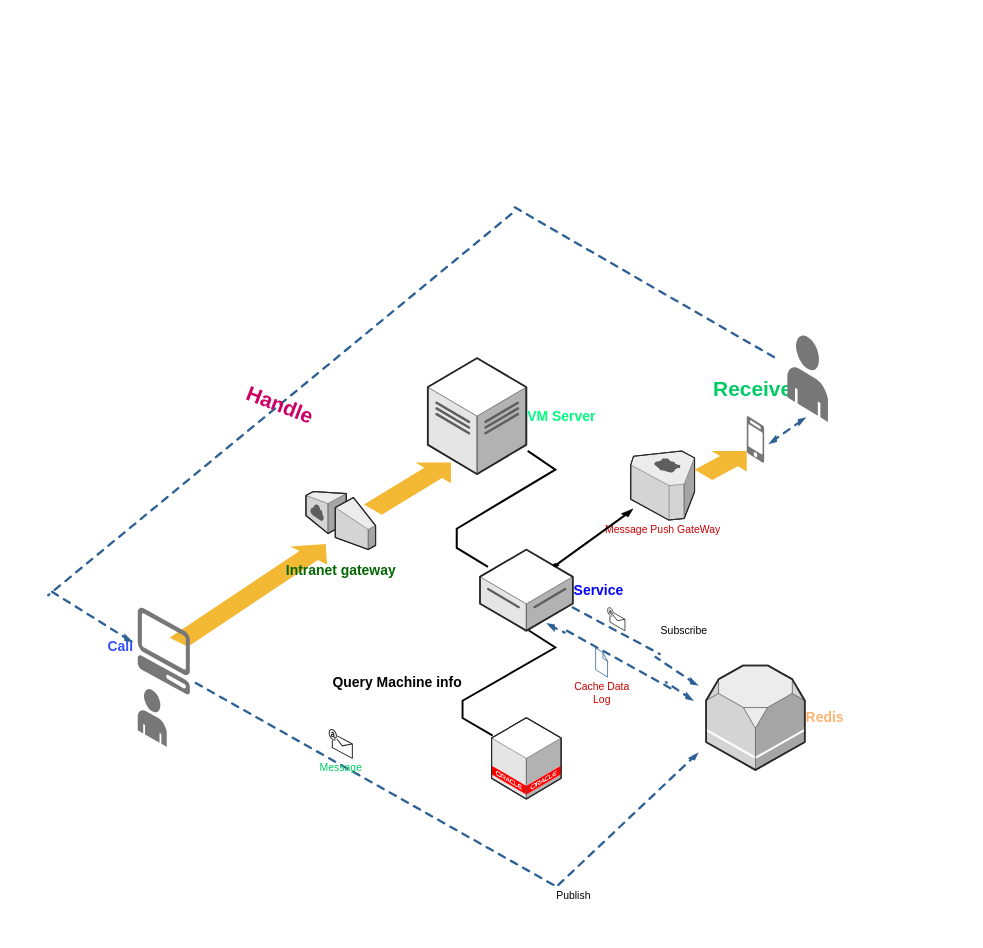
This is 未命名绘图.drawio from gywei/Dram, a draw.io file, before an edit. Source tidied: cells renumbered, new cells numbered last; positions are measured from the earlier drawing's top-left corner, leaving out a move shared by most shapes. Both pictures are drawn from the tidied source at 58%, with x=0, y=0 at pixel (68, 143).
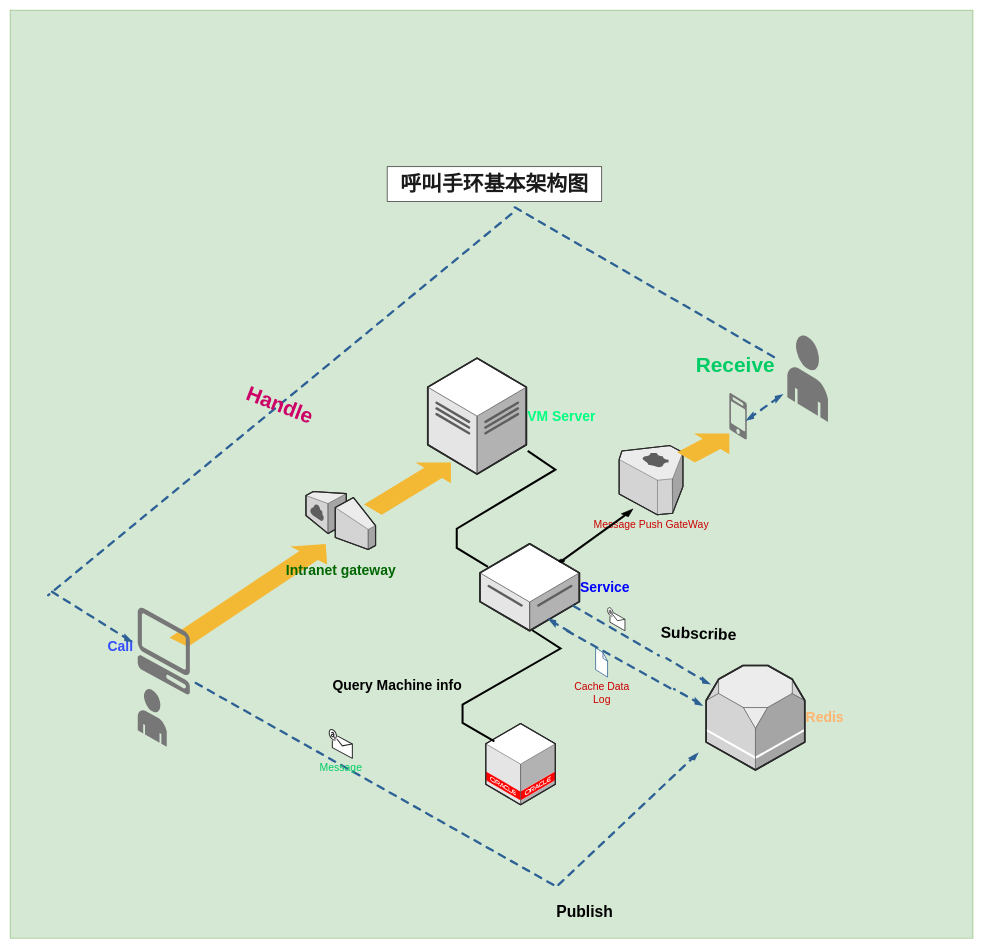
The same diagram, later.

Commit message (it also covers changes not shown here):
更新未命名绘图.drawio

The edit, as a diff of the source:
```diff
@@
+    <mxCell id="32" style="whiteSpace=wrap;html=1;fontSize=18;fillColor=#d5e8d4;strokeColor=#82b366;" parent="1" vertex="1">
+      <mxGeometry x="-100" y="-230" width="1660" height="1600" as="geometry" />
+    </mxCell>
@@
     <mxCell id="6" value="&lt;h1&gt;&lt;font color=&quot;#0000ff&quot;&gt;Service&lt;/font&gt;&lt;/h1&gt;" style="verticalLabelPosition=middle;html=1;verticalAlign=middle;strokeWidth=1;align=left;dashed=0;shape=mxgraph.aws3d.dataServer;strokeColor=#5E5E5E;labelPosition=right;" parent="1" vertex="1">
-      <mxGeometry x="710" y="700" width="160" height="140" as="geometry" />
+      <mxGeometry x="710" y="690" width="171.4" height="150" as="geometry" />
     </mxCell>
@@
     <mxCell id="10" style="verticalLabelPosition=bottom;html=1;verticalAlign=top;strokeWidth=1;align=center;dashed=0;shape=mxgraph.aws3d.oracleDataCenter;fillColor=#ffffff;strokeColor=#5E5E5E;" parent="1" vertex="1">
-      <mxGeometry x="730" y="990" width="120" height="140" as="geometry" />
+      <mxGeometry x="720" y="1000" width="120" height="140" as="geometry" />
     </mxCell>
     <mxCell id="11" value="&lt;h1&gt;Query Machine info&lt;/h1&gt;" style="verticalLabelPosition=middle;html=1;verticalAlign=middle;strokeWidth=1;align=right;dashed=0;shape=mxgraph.aws3d.edge2;strokeColor=#000000;direction=west;flipH=0;flipV=1;labelPosition=left;" parent="1" vertex="1">
-      <mxGeometry x="680" y="840" width="160" height="180" as="geometry" />
+      <mxGeometry x="680" y="840" width="168.9" height="190" as="geometry" />
     </mxCell>
@@
-    <mxCell id="13" value="Publish" style="verticalLabelPosition=bottom;html=1;verticalAlign=top;strokeWidth=1;align=left;dashed=0;shape=mxgraph.aws3d.dashedArrowlessEdge2;strokeColor=#2D6195;fontSize=18;labelPosition=right;" parent="1" vertex="1">
+    <mxCell id="13" value="&lt;h2&gt;&lt;b&gt;Publish&lt;/b&gt;&lt;/h2&gt;" style="verticalLabelPosition=bottom;html=1;verticalAlign=top;strokeWidth=1;align=left;dashed=0;shape=mxgraph.aws3d.dashedArrowlessEdge2;strokeColor=#2D6195;fontSize=18;labelPosition=right;" parent="1" vertex="1">
       <mxGeometry x="220" y="930" width="620" height="350" as="geometry" />
     </mxCell>
@@
     <mxCell id="17" value="&lt;font color=&quot;#cc0000&quot;&gt;Message Push GateWay&lt;/font&gt;" style="verticalLabelPosition=bottom;html=1;verticalAlign=top;strokeWidth=1;align=center;dashed=0;shape=mxgraph.aws3d.route53;fillColor=#ECECEC;strokeColor=#5E5E5E;fontSize=18;fontColor=#00CC66;" parent="1" vertex="1">
-      <mxGeometry x="970" y="530" width="110" height="119.2" as="geometry" />
+      <mxGeometry x="950" y="520.8" width="110" height="119.2" as="geometry" />
     </mxCell>
     <mxCell id="18" style="verticalLabelPosition=bottom;html=1;verticalAlign=top;strokeWidth=1;align=center;dashed=0;shape=mxgraph.aws3d.arrowNE;fillColor=#000000;fontSize=18;fontColor=#00CC66;rotation=352;" parent="1" vertex="1">
-      <mxGeometry x="830" y="640" width="150" height="80" as="geometry" />
+      <mxGeometry x="840.4" y="639.3" width="139.2" height="74.2" as="geometry" />
     </mxCell>
     <mxCell id="19" value="&lt;h1&gt;Receive&amp;nbsp;&lt;/h1&gt;" style="verticalLabelPosition=top;html=1;verticalAlign=bottom;strokeWidth=1;align=center;dashed=0;shape=mxgraph.aws3d.mobile_worker;strokeColor=none;fillColor=#777777;fontSize=18;fontColor=#00CC66;labelPosition=center;" parent="1" vertex="1">
-      <mxGeometry x="1170" y="470" width="30" height="80" as="geometry" />
+      <mxGeometry x="1140" y="430" width="30" height="80" as="geometry" />
     </mxCell>
@@
     <mxCell id="21" style="verticalLabelPosition=bottom;html=1;verticalAlign=top;strokeWidth=1;align=center;dashed=0;shape=mxgraph.aws3d.flatEdge2;strokeColor=none;fillColor=#F4B934;fontSize=18;fontColor=#00CC66;direction=east;flipV=0;" parent="1" vertex="1">
-      <mxGeometry x="1080" y="530" width="90" height="50" as="geometry" />
+      <mxGeometry x="1050" y="500" width="90" height="50" as="geometry" />
     </mxCell>
-    <mxCell id="22" style="verticalLabelPosition=bottom;html=1;verticalAlign=top;strokeWidth=1;align=center;dashed=0;shape=mxgraph.aws3d.dashedEdge2;strokeColor=#2D6195;fontSize=18;fontColor=#00CC66;direction=south;rotation=-30;" parent="1" vertex="1">
-      <mxGeometry x="1030" y="870" width="40" height="80" as="geometry" />
+    <mxCell id="22" style="verticalLabelPosition=bottom;html=1;verticalAlign=top;strokeWidth=1;align=center;dashed=0;shape=mxgraph.aws3d.dashedEdge2;strokeColor=#2D6195;fontSize=18;fontColor=#00CC66;direction=south;rotation=327;" parent="1" vertex="1">
+      <mxGeometry x="1050" y="870" width="40" height="80" as="geometry" />
     </mxCell>
-    <mxCell id="23" value="Subscribe" style="verticalLabelPosition=middle;html=1;verticalAlign=middle;strokeWidth=1;align=left;dashed=0;shape=mxgraph.aws3d.dashedArrowlessEdge2;strokeColor=#2D6195;fontSize=18;labelPosition=right;" parent="1" vertex="1">
+    <mxCell id="23" value="&lt;h2&gt;Subscribe&lt;/h2&gt;" style="verticalLabelPosition=middle;html=1;verticalAlign=middle;strokeWidth=1;align=left;dashed=0;shape=mxgraph.aws3d.dashedArrowlessEdge2;strokeColor=#2D6195;fontSize=18;labelPosition=right;fontStyle=1;rotation=2;" parent="1" vertex="1">
       <mxGeometry x="870" y="800" width="150" height="80" as="geometry" />
     </mxCell>
@@
-    <mxCell id="25" style="verticalLabelPosition=bottom;html=1;verticalAlign=top;strokeWidth=1;align=center;dashed=0;shape=mxgraph.aws3d.dashedEdge2;strokeColor=#2D6195;fontSize=18;fontColor=#CC0000;direction=south;rotation=335;" parent="1" vertex="1">
-      <mxGeometry x="1040" y="920" width="30" height="50" as="geometry" />
+    <mxCell id="25" style="verticalLabelPosition=bottom;html=1;verticalAlign=top;strokeWidth=1;align=center;dashed=0;shape=mxgraph.aws3d.dashedEdge2;strokeColor=#2D6195;fontSize=18;fontColor=#CC0000;direction=south;rotation=331;" parent="1" vertex="1">
+      <mxGeometry x="1055" y="930" width="30" height="50" as="geometry" />
     </mxCell>
-    <mxCell id="26" style="verticalLabelPosition=bottom;html=1;verticalAlign=top;strokeWidth=1;align=center;dashed=0;shape=mxgraph.aws3d.dashedEdge2;strokeColor=#2D6195;fontSize=18;fontColor=#CC0000;direction=north;rotation=331;" parent="1" vertex="1">
-      <mxGeometry x="830" y="820" width="20" height="30" as="geometry" />
+    <mxCell id="26" style="verticalLabelPosition=bottom;html=1;verticalAlign=top;strokeWidth=1;align=center;dashed=0;shape=mxgraph.aws3d.dashedEdge2;strokeColor=#2D6195;fontSize=18;fontColor=#CC0000;direction=north;rotation=335;" parent="1" vertex="1">
+      <mxGeometry x="833.6" y="811" width="26.4" height="39.6" as="geometry" />
     </mxCell>
@@
     <mxCell id="31" style="verticalLabelPosition=bottom;html=1;verticalAlign=top;strokeWidth=1;align=center;dashed=0;shape=mxgraph.aws3d.dashedEdgeDouble2;strokeColor=#2D6195;fontSize=18;fontColor=#CC0066;direction=north;rotation=25;" parent="1" vertex="1">
-      <mxGeometry x="1220" y="460" width="40" height="70" as="geometry" />
+      <mxGeometry x="1180.5" y="420" width="40" height="70" as="geometry" />
     </mxCell>
+    <mxCell id="33" value="&lt;h1&gt;&lt;font color=&quot;#1a1a1a&quot;&gt;呼叫手环基本架构图&lt;/font&gt;&lt;/h1&gt;" style="whiteSpace=wrap;html=1;fontSize=18;fontColor=#CC0066;" parent="1" vertex="1">
+      <mxGeometry x="550" y="40" width="370" height="60" as="geometry" />
+    </mxCell>
```
